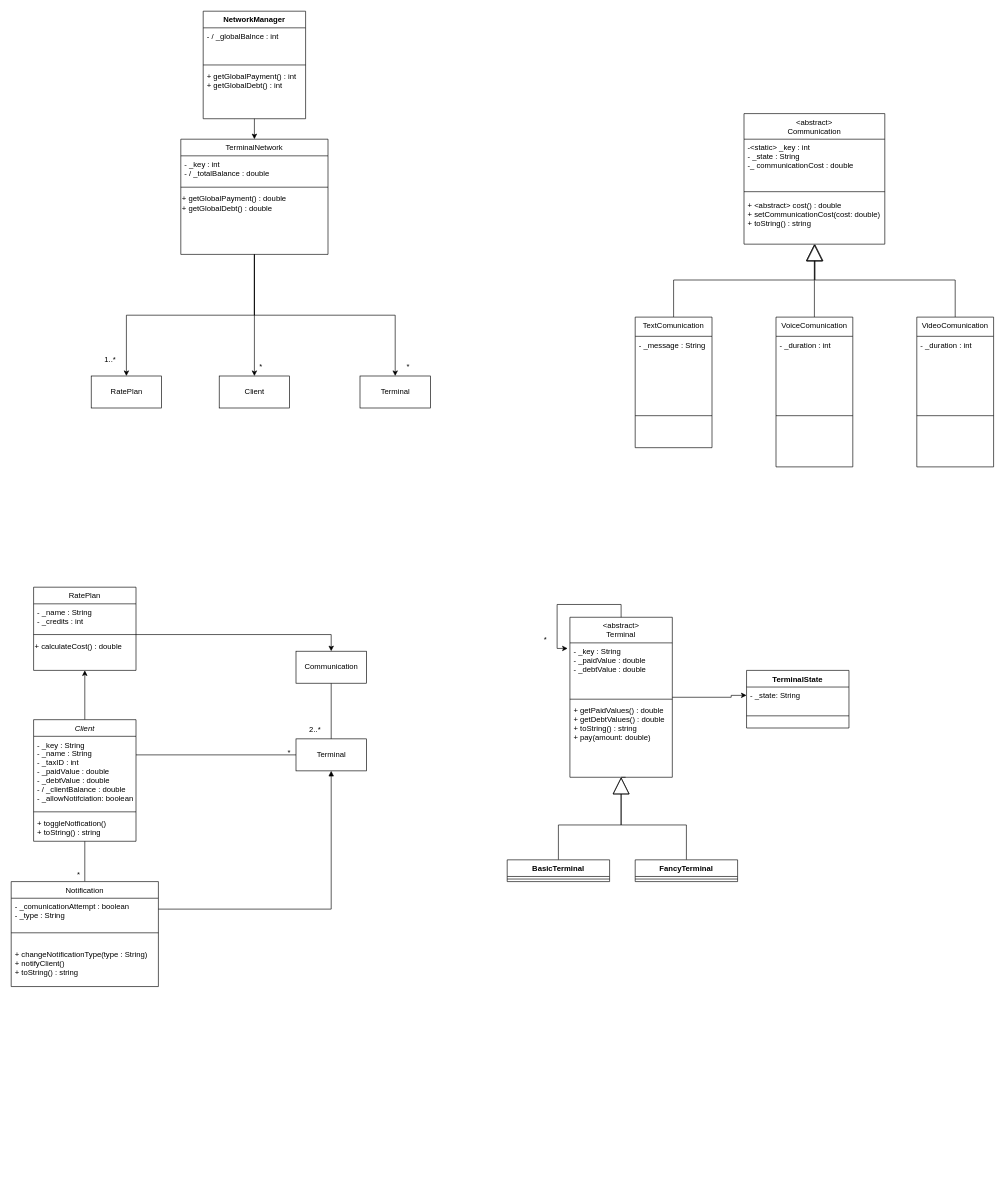
Above: Untitled Diagram.drawio in SkillFlame/PO-Project (draw.io), before the change. Source tidied: cells renumbered, new cells numbered last; positions are measured from the earlier drawing's top-left corner, leaving out a move shared by most shapes. Both pictures are drawn from the tidied source at 64%, with x=0, y=0 at pixel (11, 11).
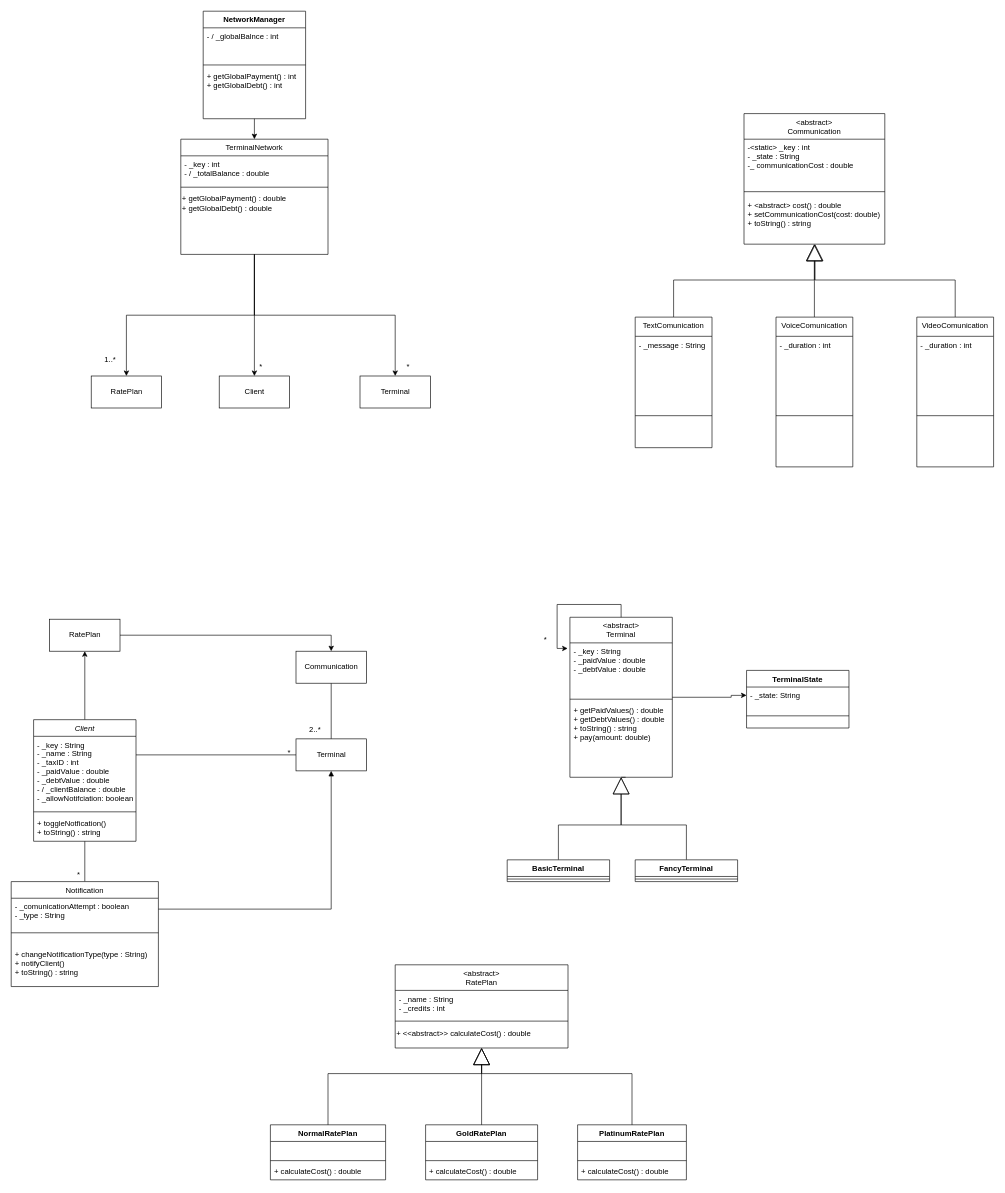
The same diagram, later.

Commit message:
Added RatePlan Subclasses

The change refers to these unchanged cells:
```xml
<mxCell id="4" value="Client" style="swimlane;fontStyle=2;align=center;verticalAlign=top;horizontal=1;startSize=26;rounded=0;shadow=0;strokeWidth=1;" parent="1" vertex="1">
  <mxGeometry x="35" y="1107" width="160" height="190" as="geometry" />
</mxCell>
<mxCell id="73" value="Communication" style="html=1;" parent="1" vertex="1">
  <mxGeometry x="445" y="1000" width="110" height="50" as="geometry" />
</mxCell>
```

What changed in the source:
```diff
@@
-    <mxCell id="2" style="edgeStyle=orthogonalEdgeStyle;rounded=0;jettySize=auto;html=1;exitX=0.5;exitY=0;exitDx=0;exitDy=0;entryX=0.5;entryY=1;entryDx=0;entryDy=0;startArrow=none;startFill=0;endArrow=classic;endFill=1;startSize=24;endSize=6;targetPerimeterSpacing=15;" parent="1" edge="1" source="4" target="8">
+    <mxCell id="2" style="edgeStyle=orthogonalEdgeStyle;rounded=0;jettySize=auto;html=1;exitX=0.5;exitY=0;exitDx=0;exitDy=0;entryX=0.5;entryY=1;entryDx=0;entryDy=0;startArrow=none;startFill=0;endArrow=classic;endFill=1;startSize=24;endSize=6;targetPerimeterSpacing=15;" parent="1" edge="1" source="4" target="94">
       <mxGeometry relative="1" as="geometry" />
     </mxCell>
@@
-    <mxCell id="8" value="RatePlan" style="swimlane;fontStyle=0;align=center;verticalAlign=top;horizontal=1;startSize=26;rounded=0;shadow=0;strokeWidth=1;" parent="1" vertex="1">
-      <mxGeometry x="35" y="900" width="160" height="130" as="geometry" />
-    </mxCell>
-    <mxCell id="9" value="- _name : String&#10;- _credits : int" style="text;align=left;verticalAlign=top;spacingLeft=4;spacingRight=4;overflow=hidden;points=[[0,0.5],[1,0.5]];portConstraint=eastwest;" parent="8" vertex="1">
-      <mxGeometry y="26" width="160" height="44" as="geometry" />
-    </mxCell>
-    <mxCell id="10" style="line;html=1;strokeWidth=1;align=left;verticalAlign=middle;spacingTop=-1;spacingLeft=3;spacingRight=3;labelPosition=right;points=[];portConstraint=eastwest;" parent="8" vertex="1">
-      <mxGeometry y="70" width="160" height="8" as="geometry" />
-    </mxCell>
-    <mxCell id="11" value="+ calculateCost() : double" style="text;html=1;align=left;verticalAlign=middle;strokeColor=none;fillColor=none;" parent="8" vertex="1">
-      <mxGeometry y="78" width="160" height="30" as="geometry" />
-    </mxCell>
@@
-    <mxCell id="75" style="edgeStyle=orthogonalEdgeStyle;rounded=0;jettySize=auto;html=1;entryX=0.5;entryY=0;entryDx=0;entryDy=0;startArrow=none;startFill=0;endArrow=classic;endFill=1;startSize=24;endSize=6;targetPerimeterSpacing=15;" parent="1" edge="1" source="10" target="73">
+    <mxCell id="75" style="edgeStyle=orthogonalEdgeStyle;rounded=0;jettySize=auto;html=1;entryX=0.5;entryY=0;entryDx=0;entryDy=0;startArrow=none;startFill=0;endArrow=classic;endFill=1;startSize=24;endSize=6;targetPerimeterSpacing=15;exitX=1;exitY=0.5;exitDx=0;exitDy=0;" parent="1" edge="1" source="94" target="73">
       <mxGeometry relative="1" as="geometry" />
     </mxCell>
+    <mxCell id="76" value="NormalRatePlan" style="swimlane;fontStyle=1;align=center;verticalAlign=top;horizontal=1;startSize=26;" parent="1" vertex="1">
+      <mxGeometry x="405" y="1740" width="180" height="86" as="geometry" />
+    </mxCell>
+    <mxCell id="77" value=" " style="text;strokeColor=none;fillColor=none;align=left;verticalAlign=top;spacingLeft=4;spacingRight=4;overflow=hidden;points=[[0,0.5],[1,0.5]];portConstraint=eastwest;" parent="76" vertex="1">
+      <mxGeometry y="26" width="180" height="26" as="geometry" />
+    </mxCell>
+    <mxCell id="78" style="line;strokeWidth=1;fillColor=none;align=left;verticalAlign=middle;spacingTop=-1;spacingLeft=3;spacingRight=3;labelPosition=right;strokeColor=inherit;" parent="76" vertex="1">
+      <mxGeometry y="52" width="180" height="8" as="geometry" />
+    </mxCell>
+    <mxCell id="79" value="+ calculateCost() : double" style="text;strokeColor=none;fillColor=none;align=left;verticalAlign=top;spacingLeft=4;spacingRight=4;overflow=hidden;" parent="76" vertex="1">
+      <mxGeometry y="60" width="180" height="26" as="geometry" />
+    </mxCell>
+    <mxCell id="80" style="edgeStyle=orthogonalEdgeStyle;rounded=0;orthogonalLoop=1;jettySize=auto;html=1;exitX=1;exitY=0.5;exitDx=0;exitDy=0;" parent="76" edge="1" source="77" target="77">
+      <mxGeometry relative="1" as="geometry" />
+    </mxCell>
+    <mxCell id="81" value="GoldRatePlan" style="swimlane;fontStyle=1;align=center;verticalAlign=top;horizontal=1;startSize=26;" parent="1" vertex="1">
+      <mxGeometry x="647.5" y="1740" width="175" height="86" as="geometry" />
+    </mxCell>
+    <mxCell id="82" value=" " style="text;strokeColor=none;fillColor=none;align=left;verticalAlign=top;spacingLeft=4;spacingRight=4;overflow=hidden;" parent="81" vertex="1">
+      <mxGeometry y="26" width="175" height="26" as="geometry" />
+    </mxCell>
+    <mxCell id="83" style="line;strokeWidth=1;fillColor=none;align=left;verticalAlign=middle;spacingTop=-1;spacingLeft=3;spacingRight=3;labelPosition=right;strokeColor=inherit;" parent="81" vertex="1">
+      <mxGeometry y="52" width="175" height="8" as="geometry" />
+    </mxCell>
+    <mxCell id="84" value="+ calculateCost() : double" style="text;strokeColor=none;fillColor=none;align=left;verticalAlign=top;spacingLeft=4;spacingRight=4;overflow=hidden;" parent="81" vertex="1">
+      <mxGeometry y="60" width="175" height="26" as="geometry" />
+    </mxCell>
+    <mxCell id="85" value="PlatinumRatePlan" style="swimlane;fontStyle=1;align=center;verticalAlign=top;horizontal=1;startSize=26;" parent="1" vertex="1">
+      <mxGeometry x="885" y="1740" width="170" height="86" as="geometry" />
+    </mxCell>
+    <mxCell id="86" value=" " style="text;strokeColor=none;fillColor=none;align=left;verticalAlign=top;spacingLeft=4;spacingRight=4;overflow=hidden;" parent="85" vertex="1">
+      <mxGeometry y="26" width="170" height="26" as="geometry" />
+    </mxCell>
+    <mxCell id="87" style="line;strokeWidth=1;fillColor=none;align=left;verticalAlign=middle;spacingTop=-1;spacingLeft=3;spacingRight=3;labelPosition=right;strokeColor=inherit;" parent="85" vertex="1">
+      <mxGeometry y="52" width="170" height="8" as="geometry" />
+    </mxCell>
+    <mxCell id="88" value="+ calculateCost() : double" style="text;strokeColor=none;fillColor=none;align=left;verticalAlign=top;spacingLeft=4;spacingRight=4;overflow=hidden;" parent="85" vertex="1">
+      <mxGeometry y="60" width="170" height="26" as="geometry" />
+    </mxCell>
+    <mxCell id="89" style="edgeStyle=orthogonalEdgeStyle;rounded=0;jettySize=auto;html=1;entryX=0.5;entryY=0;entryDx=0;entryDy=0;startSize=24;startArrow=block;startFill=0;endArrow=none;endFill=0;" parent="1" edge="1" source="90" target="81">
+      <mxGeometry relative="1" as="geometry" />
+    </mxCell>
+    <mxCell id="90" value="&lt;abstract&gt;&#10;RatePlan" style="swimlane;fontStyle=0;align=center;verticalAlign=top;horizontal=1;startSize=40;rounded=0;shadow=0;strokeWidth=1;" parent="1" vertex="1">
+      <mxGeometry x="600" y="1490" width="270" height="130" as="geometry" />
+    </mxCell>
+    <mxCell id="9" value="- _name : String&#10;- _credits : int" style="text;align=left;verticalAlign=top;spacingLeft=4;spacingRight=4;overflow=hidden;points=[[0,0.5],[1,0.5]];portConstraint=eastwest;" parent="90" vertex="1">
+      <mxGeometry y="40" width="270" height="44" as="geometry" />
+    </mxCell>
+    <mxCell id="91" style="line;html=1;strokeWidth=1;align=left;verticalAlign=middle;spacingTop=-1;spacingLeft=3;spacingRight=3;labelPosition=right;" parent="90" vertex="1">
+      <mxGeometry y="84" width="270" height="8" as="geometry" />
+    </mxCell>
+    <mxCell id="92" value="+ &amp;lt;&amp;lt;abstract&amp;gt;&amp;gt; calculateCost() : double" style="text;html=1;align=left;verticalAlign=middle;strokeColor=none;fillColor=none;" parent="90" vertex="1">
+      <mxGeometry y="92" width="270" height="30" as="geometry" />
+    </mxCell>
+    <mxCell id="93" style="edgeStyle=orthogonalEdgeStyle;rounded=0;orthogonalLoop=1;jettySize=auto;html=1;exitX=1;exitY=0.5;exitDx=0;exitDy=0;" parent="90" edge="1" source="9" target="9">
+      <mxGeometry relative="1" as="geometry" />
+    </mxCell>
+    <mxCell id="94" value="RatePlan" style="html=1;" parent="1" vertex="1">
+      <mxGeometry x="60" y="950" width="110" height="50" as="geometry" />
+    </mxCell>
+    <mxCell id="95" style="edgeStyle=orthogonalEdgeStyle;rounded=0;jettySize=auto;html=1;entryX=0.5;entryY=0;entryDx=0;entryDy=0;startArrow=block;startFill=0;startSize=24;endArrow=none;endFill=0;" parent="1" edge="1" target="76">
+      <mxGeometry relative="1" as="geometry">
+        <mxPoint x="735" y="1620" as="sourcePoint" />
+        <Array as="points">
+          <mxPoint x="735" y="1660" />
+          <mxPoint x="495" y="1660" />
+        </Array>
+      </mxGeometry>
+    </mxCell>
+    <mxCell id="96" style="edgeStyle=orthogonalEdgeStyle;rounded=0;jettySize=auto;html=1;entryX=0.5;entryY=0;entryDx=0;entryDy=0;startArrow=block;startFill=0;endArrow=none;endFill=0;startSize=24;" parent="1" edge="1" target="85">
+      <mxGeometry relative="1" as="geometry">
+        <mxPoint x="735" y="1620" as="sourcePoint" />
+        <Array as="points">
+          <mxPoint x="735" y="1660" />
+          <mxPoint x="970" y="1660" />
+        </Array>
+      </mxGeometry>
+    </mxCell>
```
